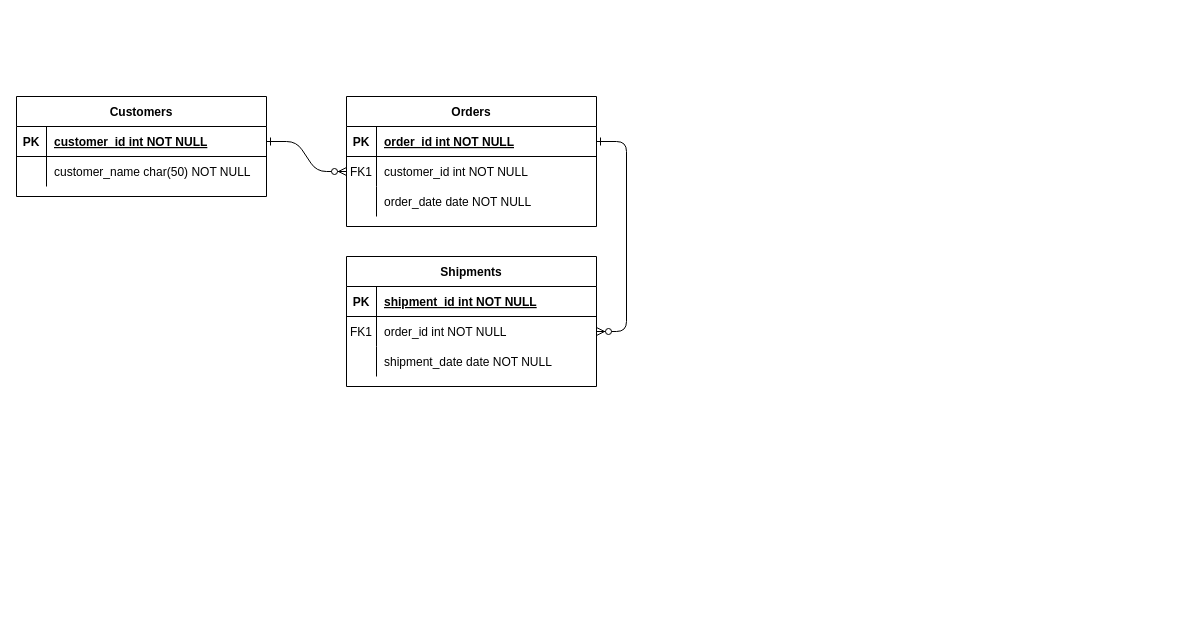
The draw.io diagram Diagramă fără titlu.drawio in MaticA26/ss_db, before the edit. Source tidied: cells renumbered, new cells numbered last; positions are measured from the earlier drawing's top-left corner, leaving out a move shared by most shapes. Both pictures are drawn from the tidied source at 100%, with x=0, y=0 at pixel (16, 96).
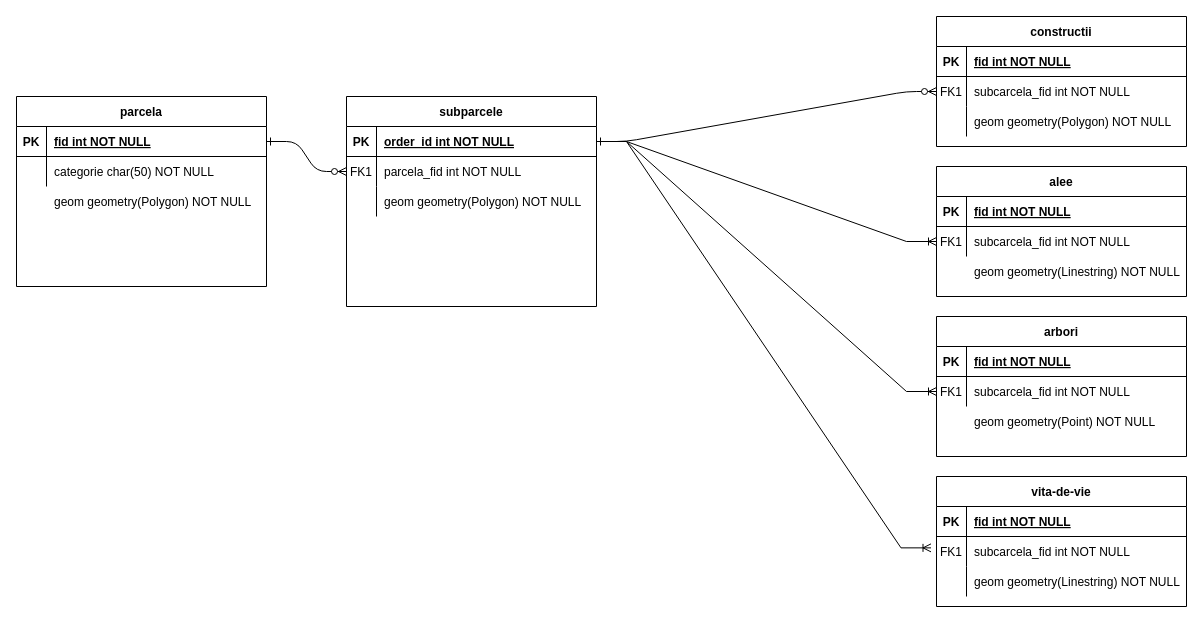
The same diagram, later.

Unchanged cells that the change refers to:
```xml
<mxCell id="5" style="shape=partialRectangle;fillColor=none;points=[[0,0.5],[1,0.5]];portConstraint=eastwest;top=0;left=0;right=0;bottom=1;" parent="4" vertex="1">
  <mxGeometry y="30" width="250" height="30" as="geometry" />
</mxCell>
<mxCell id="8" style="shape=partialRectangle;fillColor=none;points=[[0,0.5],[1,0.5]];portConstraint=eastwest;top=0;left=0;right=0;bottom=0;" parent="4" vertex="1">
  <mxGeometry y="60" width="250" height="30" as="geometry" />
</mxCell>
<mxCell id="11" style="shape=partialRectangle;fillColor=none;top=0;left=0;right=0;bottom=0;" parent="4" vertex="1">
  <mxGeometry y="90" width="250" height="30" as="geometry" />
</mxCell>
<mxCell id="15" style="shape=partialRectangle;fillColor=none;top=0;left=0;right=0;bottom=1;" parent="14" vertex="1">
  <mxGeometry y="30" width="250" height="30" as="geometry" />
</mxCell>
<mxCell id="18" style="shape=partialRectangle;fillColor=none;points=[[0,0.5],[1,0.5]];portConstraint=eastwest;top=0;left=0;right=0;bottom=0;" parent="14" vertex="1">
  <mxGeometry y="60" width="250" height="30" as="geometry" />
</mxCell>
<mxCell id="21" style="shape=partialRectangle;fillColor=none;top=0;left=0;right=0;bottom=0;" parent="14" vertex="1">
  <mxGeometry y="90" width="250" height="30" as="geometry" />
</mxCell>
<mxCell id="25" style="shape=partialRectangle;fillColor=none;points=[[0,0.5],[1,0.5]];portConstraint=eastwest;top=0;left=0;right=0;bottom=1;" parent="24" vertex="1">
  <mxGeometry y="30" width="250" height="30" as="geometry" />
</mxCell>
<mxCell id="28" style="shape=partialRectangle;fillColor=none;top=0;left=0;right=0;bottom=0;" parent="24" vertex="1">
  <mxGeometry y="60" width="250" height="30" as="geometry" />
</mxCell>
```

Diff of the diagram source:
```diff
@@
-    <mxCell id="4" value="Orders" style="shape=table;startSize=30;childLayout=tableLayout;rowLines=0;fontStyle=1;align=center;" parent="1" vertex="1">
-      <mxGeometry x="330" width="250" height="130" as="geometry" />
+    <mxCell id="4" value="subparcele" style="shape=table;startSize=30;childLayout=tableLayout;rowLines=0;fontStyle=1;align=center;" parent="1" vertex="1">
+      <mxGeometry x="330" width="250" height="210" as="geometry" />
     </mxCell>
@@
-    <mxCell id="10" value="customer_id int NOT NULL" style="shape=partialRectangle;overflow=hidden;fillColor=none;top=0;left=0;bottom=0;right=0;align=left;spacingLeft=6;" parent="8" vertex="1">
+    <mxCell id="10" value="parcela_fid int NOT NULL" style="shape=partialRectangle;overflow=hidden;fillColor=none;top=0;left=0;bottom=0;right=0;align=left;spacingLeft=6;" parent="8" vertex="1">
       <mxGeometry x="30" width="220" height="30" as="geometry" />
     </mxCell>
@@
-    <mxCell id="13" value="order_date date NOT NULL" style="shape=partialRectangle;overflow=hidden;fillColor=none;top=0;left=0;bottom=0;right=0;align=left;spacingLeft=6;" parent="11" vertex="1">
+    <mxCell id="13" style="shape=partialRectangle;overflow=hidden;fillColor=none;top=0;left=0;bottom=0;right=0;align=left;spacingLeft=6;" parent="11" vertex="1">
       <mxGeometry x="30" width="220" height="30" as="geometry" />
     </mxCell>
-    <mxCell id="14" value="Shipments" style="shape=table;startSize=30;childLayout=tableLayout;rowLines=0;fontStyle=1;align=center;" parent="1" vertex="1">
-      <mxGeometry x="330" y="160" width="250" height="130" as="geometry" />
+    <mxCell id="14" value="constructii" style="shape=table;startSize=30;childLayout=tableLayout;rowLines=0;fontStyle=1;align=center;" parent="1" vertex="1">
+      <mxGeometry x="920" y="-80" width="250" height="130" as="geometry" />
     </mxCell>
@@
-    <mxCell id="17" value="shipment_id int NOT NULL " style="shape=partialRectangle;overflow=hidden;fillColor=none;top=0;left=0;bottom=0;right=0;align=left;spacingLeft=6;fontStyle=5;" parent="15" vertex="1">
+    <mxCell id="17" value="fid int NOT NULL " style="shape=partialRectangle;overflow=hidden;fillColor=none;top=0;left=0;bottom=0;right=0;align=left;spacingLeft=6;fontStyle=5;" parent="15" vertex="1">
       <mxGeometry x="30" width="220" height="30" as="geometry" />
     </mxCell>
@@
-    <mxCell id="20" value="order_id int NOT NULL" style="shape=partialRectangle;overflow=hidden;fillColor=none;top=0;left=0;bottom=0;right=0;align=left;spacingLeft=6;" parent="18" vertex="1">
+    <mxCell id="20" value="subcarcela_fid int NOT NULL" style="shape=partialRectangle;overflow=hidden;fillColor=none;top=0;left=0;bottom=0;right=0;align=left;spacingLeft=6;" parent="18" vertex="1">
       <mxGeometry x="30" width="220" height="30" as="geometry" />
     </mxCell>
@@
-    <mxCell id="23" value="shipment_date date NOT NULL" style="shape=partialRectangle;overflow=hidden;fillColor=none;top=0;left=0;bottom=0;right=0;align=left;spacingLeft=6;" parent="21" vertex="1">
+    <mxCell id="23" style="shape=partialRectangle;overflow=hidden;fillColor=none;top=0;left=0;bottom=0;right=0;align=left;spacingLeft=6;" parent="21" vertex="1">
       <mxGeometry x="30" width="220" height="30" as="geometry" />
     </mxCell>
-    <mxCell id="24" value="Customers" style="shape=table;startSize=30;childLayout=tableLayout;rowLines=0;fontStyle=1;align=center;" parent="1" vertex="1">
-      <mxGeometry width="250" height="100" as="geometry" />
+    <mxCell id="24" value="parcela" style="shape=table;startSize=30;childLayout=tableLayout;rowLines=0;fontStyle=1;align=center;" parent="1" vertex="1">
+      <mxGeometry width="250" height="190" as="geometry" />
     </mxCell>
@@
-    <mxCell id="27" value="customer_id int NOT NULL " style="shape=partialRectangle;overflow=hidden;fillColor=none;top=0;left=0;bottom=0;right=0;align=left;spacingLeft=6;fontStyle=5;" parent="25" vertex="1">
+    <mxCell id="27" value="fid int NOT NULL " style="shape=partialRectangle;overflow=hidden;fillColor=none;top=0;left=0;bottom=0;right=0;align=left;spacingLeft=6;fontStyle=5;" parent="25" vertex="1">
       <mxGeometry x="30" width="220" height="30" as="geometry" />
     </mxCell>
@@
-    <mxCell id="30" value="customer_name char(50) NOT NULL" style="shape=partialRectangle;overflow=hidden;fillColor=none;top=0;left=0;bottom=0;right=0;align=left;spacingLeft=6;" parent="28" vertex="1">
+    <mxCell id="30" value="categorie char(50) NOT NULL" style="shape=partialRectangle;overflow=hidden;fillColor=none;top=0;left=0;bottom=0;right=0;align=left;spacingLeft=6;" parent="28" vertex="1">
       <mxGeometry x="30" width="220" height="30" as="geometry" />
     </mxCell>
+    <mxCell id="31" style="edgeStyle=entityRelationEdgeStyle;fontSize=12;html=1;endArrow=ERoneToMany;rounded=0;exitX=1;exitY=0.5;exitDx=0;exitDy=0;" parent="1" edge="1" source="5" target="37">
+      <mxGeometry relative="1" as="geometry" />
+    </mxCell>
+    <mxCell id="32" style="edgeStyle=entityRelationEdgeStyle;fontSize=12;html=1;endArrow=ERoneToMany;rounded=0;exitX=1;exitY=0.5;exitDx=0;exitDy=0;entryX=0;entryY=0.5;entryDx=0;entryDy=0;" parent="1" edge="1" source="5" target="44">
+      <mxGeometry relative="1" as="geometry" />
+    </mxCell>
+    <mxCell id="33" value="alee" style="shape=table;startSize=30;childLayout=tableLayout;rowLines=0;fontStyle=1;align=center;" parent="1" vertex="1">
+      <mxGeometry x="920" y="70" width="250" height="130" as="geometry" />
+    </mxCell>
+    <mxCell id="34" style="shape=partialRectangle;fillColor=none;top=0;left=0;right=0;bottom=1;" parent="33" vertex="1">
+      <mxGeometry y="30" width="250" height="30" as="geometry" />
+    </mxCell>
+    <mxCell id="35" value="PK" style="shape=partialRectangle;overflow=hidden;fillColor=none;top=0;left=0;bottom=0;right=0;fontStyle=1;" parent="34" vertex="1">
+      <mxGeometry width="30" height="30" as="geometry" />
+    </mxCell>
+    <mxCell id="36" value="fid int NOT NULL " style="shape=partialRectangle;overflow=hidden;fillColor=none;top=0;left=0;bottom=0;right=0;align=left;spacingLeft=6;fontStyle=5;" parent="34" vertex="1">
+      <mxGeometry x="30" width="220" height="30" as="geometry" />
+    </mxCell>
+    <mxCell id="37" style="shape=partialRectangle;fillColor=none;points=[[0,0.5],[1,0.5]];portConstraint=eastwest;top=0;left=0;right=0;bottom=0;" parent="33" vertex="1">
+      <mxGeometry y="60" width="250" height="30" as="geometry" />
+    </mxCell>
+    <mxCell id="38" value="FK1" style="shape=partialRectangle;overflow=hidden;fillColor=none;top=0;left=0;bottom=0;right=0;" parent="37" vertex="1">
+      <mxGeometry width="30" height="30" as="geometry" />
+    </mxCell>
+    <mxCell id="39" style="shape=partialRectangle;overflow=hidden;fillColor=none;top=0;left=0;bottom=0;right=0;align=left;spacingLeft=6;" parent="37" vertex="1">
+      <mxGeometry x="30" width="220" height="30" as="geometry" />
+    </mxCell>
+    <mxCell id="40" value="arbori" style="shape=table;startSize=30;childLayout=tableLayout;rowLines=0;fontStyle=1;align=center;" parent="1" vertex="1">
+      <mxGeometry x="920" y="220" width="250" height="140" as="geometry" />
+    </mxCell>
+    <mxCell id="41" style="shape=partialRectangle;fillColor=none;top=0;left=0;right=0;bottom=1;" parent="40" vertex="1">
+      <mxGeometry y="30" width="250" height="30" as="geometry" />
+    </mxCell>
+    <mxCell id="42" value="PK" style="shape=partialRectangle;overflow=hidden;fillColor=none;top=0;left=0;bottom=0;right=0;fontStyle=1;" parent="41" vertex="1">
+      <mxGeometry width="30" height="30" as="geometry" />
+    </mxCell>
+    <mxCell id="43" value="fid int NOT NULL " style="shape=partialRectangle;overflow=hidden;fillColor=none;top=0;left=0;bottom=0;right=0;align=left;spacingLeft=6;fontStyle=5;" parent="41" vertex="1">
+      <mxGeometry x="30" width="220" height="30" as="geometry" />
+    </mxCell>
+    <mxCell id="44" style="shape=partialRectangle;fillColor=none;points=[[0,0.5],[1,0.5]];portConstraint=eastwest;top=0;left=0;right=0;bottom=0;" parent="40" vertex="1">
+      <mxGeometry y="60" width="250" height="30" as="geometry" />
+    </mxCell>
+    <mxCell id="45" value="FK1" style="shape=partialRectangle;overflow=hidden;fillColor=none;top=0;left=0;bottom=0;right=0;" parent="44" vertex="1">
+      <mxGeometry width="30" height="30" as="geometry" />
+    </mxCell>
+    <mxCell id="46" style="shape=partialRectangle;overflow=hidden;fillColor=none;top=0;left=0;bottom=0;right=0;align=left;spacingLeft=6;" parent="44" vertex="1">
+      <mxGeometry x="30" width="220" height="30" as="geometry" />
+    </mxCell>
+    <mxCell id="47" value="vita-de-vie" style="shape=table;startSize=30;childLayout=tableLayout;rowLines=0;fontStyle=1;align=center;" parent="1" vertex="1">
+      <mxGeometry x="920" y="380" width="250" height="130" as="geometry" />
+    </mxCell>
+    <mxCell id="48" style="shape=partialRectangle;fillColor=none;top=0;left=0;right=0;bottom=1;" parent="47" vertex="1">
+      <mxGeometry y="30" width="250" height="30" as="geometry" />
+    </mxCell>
+    <mxCell id="49" value="PK" style="shape=partialRectangle;overflow=hidden;fillColor=none;top=0;left=0;bottom=0;right=0;fontStyle=1;" parent="48" vertex="1">
+      <mxGeometry width="30" height="30" as="geometry" />
+    </mxCell>
+    <mxCell id="50" value="fid int NOT NULL " style="shape=partialRectangle;overflow=hidden;fillColor=none;top=0;left=0;bottom=0;right=0;align=left;spacingLeft=6;fontStyle=5;" parent="48" vertex="1">
+      <mxGeometry x="30" width="220" height="30" as="geometry" />
+    </mxCell>
+    <mxCell id="51" style="shape=partialRectangle;fillColor=none;points=[[0,0.5],[1,0.5]];portConstraint=eastwest;top=0;left=0;right=0;bottom=0;" parent="47" vertex="1">
+      <mxGeometry y="60" width="250" height="30" as="geometry" />
+    </mxCell>
+    <mxCell id="52" value="FK1" style="shape=partialRectangle;overflow=hidden;fillColor=none;top=0;left=0;bottom=0;right=0;" parent="51" vertex="1">
+      <mxGeometry width="30" height="30" as="geometry" />
+    </mxCell>
+    <mxCell id="53" style="shape=partialRectangle;overflow=hidden;fillColor=none;top=0;left=0;bottom=0;right=0;align=left;spacingLeft=6;" parent="51" vertex="1">
+      <mxGeometry x="30" width="220" height="30" as="geometry" />
+    </mxCell>
+    <mxCell id="54" style="shape=partialRectangle;fillColor=none;top=0;left=0;right=0;bottom=0;" parent="47" vertex="1">
+      <mxGeometry y="90" width="250" height="30" as="geometry" />
+    </mxCell>
+    <mxCell id="55" style="shape=partialRectangle;overflow=hidden;fillColor=none;top=0;left=0;bottom=0;right=0;" parent="54" vertex="1">
+      <mxGeometry width="30" height="30" as="geometry" />
+    </mxCell>
+    <mxCell id="56" style="shape=partialRectangle;overflow=hidden;fillColor=none;top=0;left=0;bottom=0;right=0;align=left;spacingLeft=6;" parent="54" vertex="1">
+      <mxGeometry x="30" width="220" height="30" as="geometry" />
+    </mxCell>
+    <mxCell id="57" style="edgeStyle=entityRelationEdgeStyle;fontSize=12;html=1;endArrow=ERoneToMany;rounded=0;entryX=-0.022;entryY=0.379;entryDx=0;entryDy=0;entryPerimeter=0;" parent="1" edge="1" source="5" target="51">
+      <mxGeometry relative="1" as="geometry" />
+    </mxCell>
+    <mxCell id="58" value="geom geometry(Polygon) NOT NULL" style="shape=partialRectangle;overflow=hidden;fillColor=none;top=0;left=0;bottom=0;right=0;align=left;spacingLeft=6;" parent="1" vertex="1">
+      <mxGeometry x="30" y="90" width="220" height="30" as="geometry" />
+    </mxCell>
+    <mxCell id="59" value="geom geometry(Polygon) NOT NULL" style="shape=partialRectangle;overflow=hidden;fillColor=none;top=0;left=0;bottom=0;right=0;align=left;spacingLeft=6;" parent="1" vertex="1">
+      <mxGeometry x="360" y="90" width="220" height="30" as="geometry" />
+    </mxCell>
+    <mxCell id="60" value="geom geometry(Linestring) NOT NULL" style="shape=partialRectangle;overflow=hidden;fillColor=none;top=0;left=0;bottom=0;right=0;align=left;spacingLeft=6;" parent="1" vertex="1">
+      <mxGeometry x="950" y="470" width="220" height="30" as="geometry" />
+    </mxCell>
+    <mxCell id="61" value="geom geometry(Point) NOT NULL" style="shape=partialRectangle;overflow=hidden;fillColor=none;top=0;left=0;bottom=0;right=0;align=left;spacingLeft=6;" parent="1" vertex="1">
+      <mxGeometry x="950" y="310" width="220" height="30" as="geometry" />
+    </mxCell>
+    <mxCell id="62" value="geom geometry(Linestring) NOT NULL" style="shape=partialRectangle;overflow=hidden;fillColor=none;top=0;left=0;bottom=0;right=0;align=left;spacingLeft=6;" parent="1" vertex="1">
+      <mxGeometry x="950" y="160" width="220" height="30" as="geometry" />
+    </mxCell>
+    <mxCell id="63" value="geom geometry(Polygon) NOT NULL" style="shape=partialRectangle;overflow=hidden;fillColor=none;top=0;left=0;bottom=0;right=0;align=left;spacingLeft=6;" parent="1" vertex="1">
+      <mxGeometry x="950" y="10" width="220" height="30" as="geometry" />
+    </mxCell>
+    <mxCell id="64" value="subcarcela_fid int NOT NULL" style="shape=partialRectangle;overflow=hidden;fillColor=none;top=0;left=0;bottom=0;right=0;align=left;spacingLeft=6;" parent="1" vertex="1">
+      <mxGeometry x="950" y="130" width="220" height="30" as="geometry" />
+    </mxCell>
+    <mxCell id="65" value="subcarcela_fid int NOT NULL" style="shape=partialRectangle;overflow=hidden;fillColor=none;top=0;left=0;bottom=0;right=0;align=left;spacingLeft=6;" parent="1" vertex="1">
+      <mxGeometry x="950" y="280" width="220" height="30" as="geometry" />
+    </mxCell>
+    <mxCell id="66" value="subcarcela_fid int NOT NULL" style="shape=partialRectangle;overflow=hidden;fillColor=none;top=0;left=0;bottom=0;right=0;align=left;spacingLeft=6;" parent="1" vertex="1">
+      <mxGeometry x="950" y="440" width="220" height="30" as="geometry" />
+    </mxCell>
```
